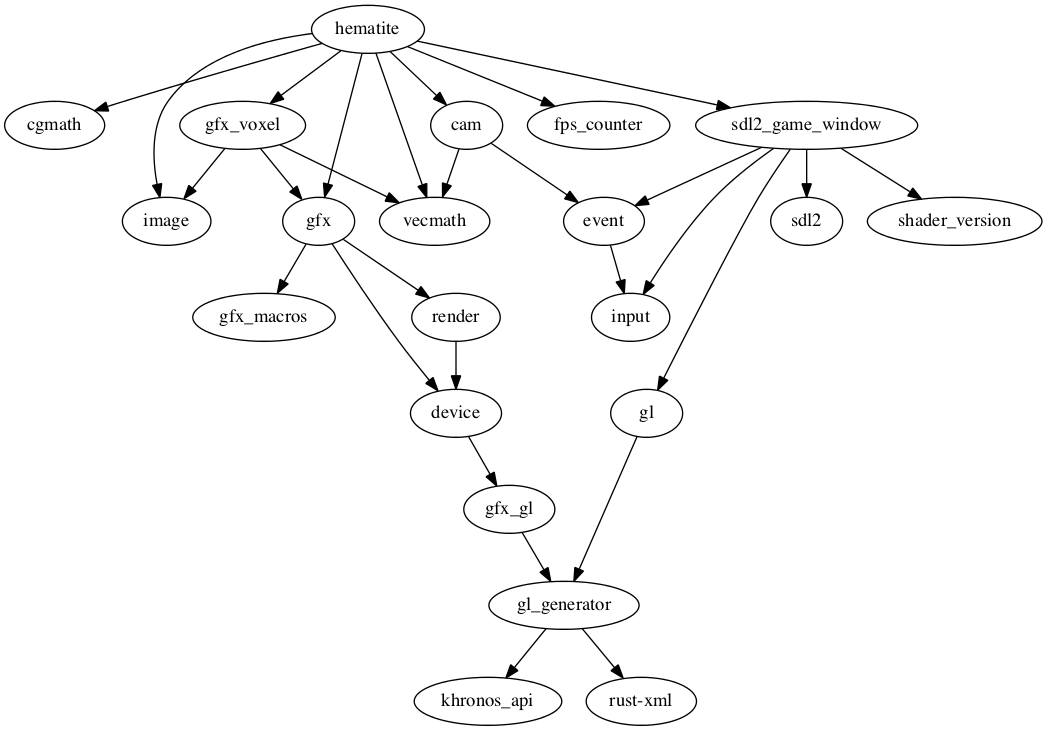
PistonDevelopers/hematite keeps this Graphviz diagram as Cargo.png. Above is the earlier version. Its source is kept beside it as Cargo.dot. Its diagram source:
```dot
digraph example3 {
    N0[label="hematite"];
    N1[label="gfx_macros"];
    N2[label="shader_version"];
    N3[label="cgmath"];
    N4[label="event"];
    N5[label="input"];
    N6[label="sdl2"];
    N7[label="gfx_voxel"];
    N8[label="vecmath"];
    N9[label="image"];
    N10[label="gfx"];
    N11[label="sdl2_game_window"];
    N12[label="fps_counter"];
    N13[label="cam"];
    N14[label="gl"];
    N15[label="gfx_gl"];
    N16[label="gl_generator"];
    N17[label="render"];
    N18[label="device"];
    N19[label="khronos_api"];
    N20[label="rust-xml"];
    N4 -> N5[label=""];
    N7 -> N8[label=""];
    N7 -> N9[label=""];
    N7 -> N10[label=""];
    N0 -> N11[label=""];
    N0 -> N10[label=""];
    N0 -> N12[label=""];
    N0 -> N3[label=""];
    N0 -> N13[label=""];
    N0 -> N9[label=""];
    N0 -> N7[label=""];
    N0 -> N8[label=""];
    N11 -> N5[label=""];
    N11 -> N6[label=""];
    N11 -> N4[label=""];
    N11 -> N2[label=""];
    N11 -> N14[label=""];
    N15 -> N16[label=""];
    N13 -> N8[label=""];
    N13 -> N4[label=""];
    N17 -> N18[label=""];
    N18 -> N15[label=""];
    N10 -> N1[label=""];
    N10 -> N18[label=""];
    N10 -> N17[label=""];
    N16 -> N20[label=""];
    N16 -> N19[label=""];
    N14 -> N16[label=""];
}
```
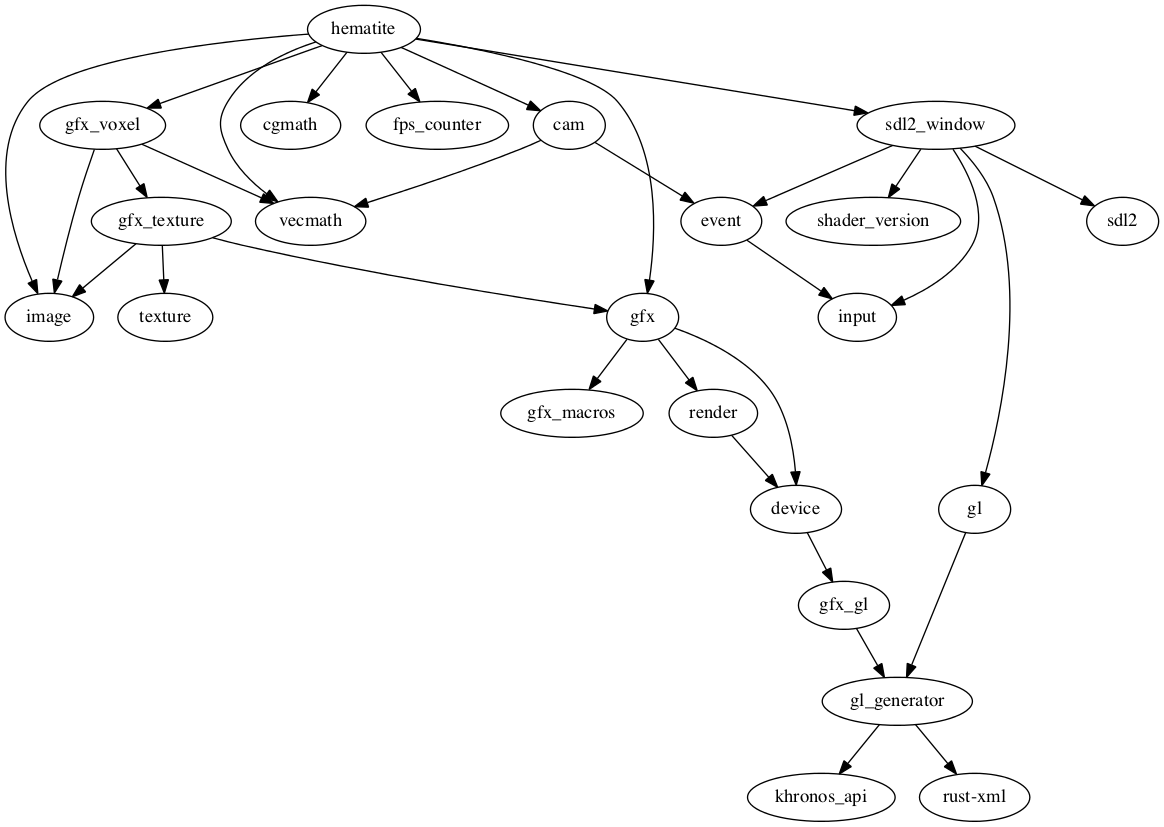
The same file after the commit.

Diff of the diagram source:
```diff
@@ -1,51 +1,56 @@
 digraph example3 {
     N0[label="hematite"];
-    N1[label="gfx_macros"];
-    N2[label="shader_version"];
-    N3[label="cgmath"];
-    N4[label="event"];
-    N5[label="input"];
-    N6[label="sdl2"];
-    N7[label="gfx_voxel"];
-    N8[label="vecmath"];
-    N9[label="image"];
-    N10[label="gfx"];
-    N11[label="sdl2_game_window"];
-    N12[label="fps_counter"];
+    N1[label="render"];
+    N2[label="device"];
+    N3[label="gfx_voxel"];
+    N4[label="vecmath"];
+    N5[label="image"];
+    N6[label="gfx_texture"];
+    N7[label="cgmath"];
+    N8[label="gfx_gl"];
+    N9[label="gl_generator"];
+    N10[label="khronos_api"];
+    N11[label="fps_counter"];
+    N12[label="shader_version"];
     N13[label="cam"];
-    N14[label="gl"];
-    N15[label="gfx_gl"];
-    N16[label="gl_generator"];
-    N17[label="render"];
-    N18[label="device"];
-    N19[label="khronos_api"];
-    N20[label="rust-xml"];
-    N4 -> N5[label=""];
-    N7 -> N8[label=""];
-    N7 -> N9[label=""];
-    N7 -> N10[label=""];
+    N14[label="event"];
+    N15[label="sdl2_window"];
+    N16[label="gl"];
+    N17[label="input"];
+    N18[label="sdl2"];
+    N19[label="gfx"];
+    N20[label="texture"];
+    N21[label="rust-xml"];
+    N22[label="gfx_macros"];
+    N1 -> N2[label=""];
+    N3 -> N4[label=""];
+    N3 -> N5[label=""];
+    N3 -> N6[label=""];
+    N8 -> N9[label=""];
+    N13 -> N14[label=""];
+    N13 -> N4[label=""];
+    N2 -> N8[label=""];
+    N15 -> N12[label=""];
+    N15 -> N16[label=""];
+    N15 -> N17[label=""];
+    N15 -> N14[label=""];
+    N15 -> N18[label=""];
+    N6 -> N19[label=""];
+    N6 -> N5[label=""];
+    N6 -> N20[label=""];
+    N19 -> N22[label=""];
+    N19 -> N2[label=""];
+    N19 -> N1[label=""];
+    N0 -> N19[label=""];
+    N0 -> N15[label=""];
     N0 -> N11[label=""];
-    N0 -> N10[label=""];
-    N0 -> N12[label=""];
+    N0 -> N5[label=""];
     N0 -> N3[label=""];
     N0 -> N13[label=""];
-    N0 -> N9[label=""];
     N0 -> N7[label=""];
-    N0 -> N8[label=""];
-    N11 -> N5[label=""];
-    N11 -> N6[label=""];
-    N11 -> N4[label=""];
-    N11 -> N2[label=""];
-    N11 -> N14[label=""];
-    N15 -> N16[label=""];
-    N13 -> N8[label=""];
-    N13 -> N4[label=""];
-    N17 -> N18[label=""];
-    N18 -> N15[label=""];
-    N10 -> N1[label=""];
-    N10 -> N18[label=""];
-    N10 -> N17[label=""];
-    N16 -> N20[label=""];
-    N16 -> N19[label=""];
-    N14 -> N16[label=""];
+    N0 -> N4[label=""];
+    N16 -> N9[label=""];
+    N14 -> N17[label=""];
+    N9 -> N21[label=""];
+    N9 -> N10[label=""];
 }
```
